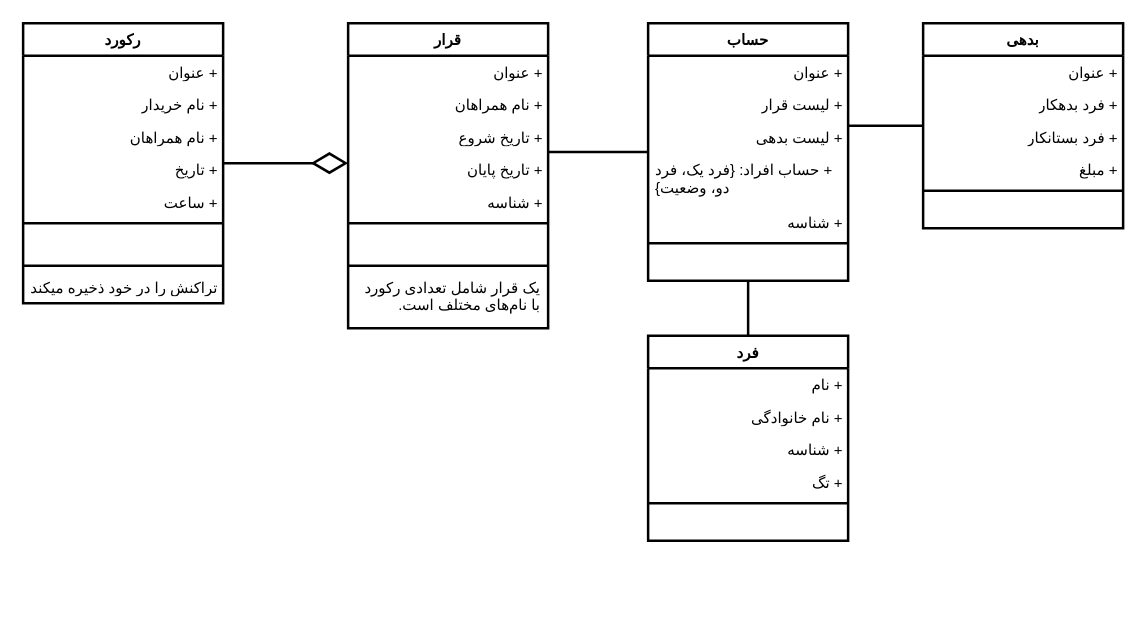
Earlier version of the draw.io diagram page "Class" (1 of 14) of UML.drawio (moharamzadeh/lets-go-dutch). Source tidied: cells renumbered, new cells numbered last; positions are measured from the earlier drawing's top-left corner, leaving out a move shared by most shapes. Both pictures are drawn from the tidied source at 125%, with x=0, y=0 at pixel (22, 22).
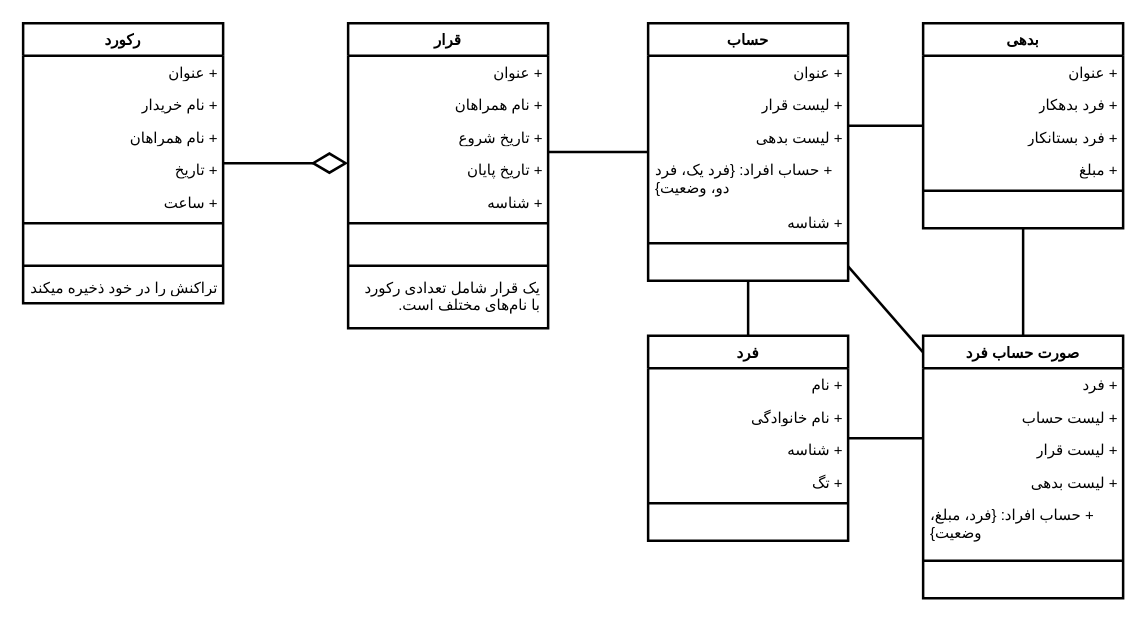
Above is the later version.

Commit message:
Update Class: Sorat hesab fard

Unchanged cells that the change refers to:
```xml
<mxCell id="23" value="فرد" style="swimlane;fontStyle=1;align=center;verticalAlign=top;horizontal=1;startSize=26;fontFamily=Vazirmatn;whiteSpace=wrap;html=1;textDirection=rtl;strokeWidth=2;" parent="1" vertex="1">
  <mxGeometry x="500" y="250" width="160" height="164" as="geometry" />
</mxCell>
<mxCell id="30" value="حساب" style="swimlane;fontStyle=1;align=center;verticalAlign=top;horizontal=1;startSize=26;fontFamily=Vazirmatn;whiteSpace=wrap;html=1;textDirection=rtl;strokeWidth=2;" parent="1" vertex="1">
  <mxGeometry x="500" width="160" height="206" as="geometry" />
</mxCell>
<mxCell id="40" value="بدهی" style="swimlane;fontStyle=1;align=center;verticalAlign=top;horizontal=1;startSize=26;fontFamily=Vazirmatn;whiteSpace=wrap;html=1;textDirection=rtl;strokeWidth=2;" parent="1" vertex="1">
  <mxGeometry x="720" width="160" height="164" as="geometry" />
</mxCell>
```

The edit, as a diff of the source:
```diff
@@
+    <mxCell id="48" value="صورت حساب فرد" style="swimlane;fontStyle=1;align=center;verticalAlign=top;horizontal=1;startSize=26;fontFamily=Vazirmatn;whiteSpace=wrap;html=1;textDirection=rtl;strokeWidth=2;" parent="1" vertex="1">
+      <mxGeometry x="720" y="250" width="160" height="210" as="geometry" />
+    </mxCell>
+    <mxCell id="49" value="+ فرد" style="text;strokeColor=none;fillColor=none;align=left;verticalAlign=top;spacingLeft=4;spacingRight=4;overflow=hidden;fontFamily=Vazirmatn;whiteSpace=wrap;html=1;textDirection=rtl;strokeWidth=2;" parent="48" vertex="1">
+      <mxGeometry y="26" width="160" height="26" as="geometry" />
+    </mxCell>
+    <mxCell id="50" value="+ لیست حساب" style="text;strokeColor=none;fillColor=none;align=left;verticalAlign=top;spacingLeft=4;spacingRight=4;overflow=hidden;fontFamily=Vazirmatn;whiteSpace=wrap;html=1;textDirection=rtl;strokeWidth=2;" parent="48" vertex="1">
+      <mxGeometry y="52" width="160" height="26" as="geometry" />
+    </mxCell>
+    <mxCell id="51" value="+ لیست قرار" style="text;strokeColor=none;fillColor=none;align=left;verticalAlign=top;spacingLeft=4;spacingRight=4;overflow=hidden;fontFamily=Vazirmatn;whiteSpace=wrap;html=1;textDirection=rtl;strokeWidth=2;" parent="48" vertex="1">
+      <mxGeometry y="78" width="160" height="26" as="geometry" />
+    </mxCell>
+    <mxCell id="52" value="+ لیست بدهی" style="text;strokeColor=none;fillColor=none;align=left;verticalAlign=top;spacingLeft=4;spacingRight=4;overflow=hidden;fontFamily=Vazirmatn;whiteSpace=wrap;html=1;textDirection=rtl;strokeWidth=2;" parent="48" vertex="1">
+      <mxGeometry y="104" width="160" height="26" as="geometry" />
+    </mxCell>
+    <mxCell id="53" value="+ حساب افراد: {فرد، مبلغ، وضعیت}" style="text;strokeColor=none;fillColor=none;align=left;verticalAlign=top;spacingLeft=4;spacingRight=4;overflow=hidden;fontFamily=Vazirmatn;whiteSpace=wrap;html=1;textDirection=rtl;strokeWidth=2;" parent="48" vertex="1">
+      <mxGeometry y="130" width="160" height="46" as="geometry" />
+    </mxCell>
+    <mxCell id="54" style="line;strokeWidth=2;fillColor=none;align=left;verticalAlign=middle;spacingTop=-1;spacingLeft=3;spacingRight=3;labelPosition=right;fontFamily=Vazirmatn;whiteSpace=wrap;html=1;textDirection=rtl;" parent="48" vertex="1">
+      <mxGeometry y="176" width="160" height="8" as="geometry" />
+    </mxCell>
+    <mxCell id="55" value=" " style="text;strokeColor=none;fillColor=none;align=left;verticalAlign=top;spacingLeft=4;spacingRight=4;overflow=hidden;fontFamily=Vazirmatn;whiteSpace=wrap;html=1;textDirection=rtl;strokeWidth=2;" parent="48" vertex="1">
+      <mxGeometry y="184" width="160" height="26" as="geometry" />
+    </mxCell>
+    <mxCell id="56" style="endArrow=none;endFill=0;endSize=24;html=1;rounded=0;fontFamily=Vazirmatn;edgeStyle=elbowEdgeStyle;elbow=vertical;strokeWidth=2;" parent="1" edge="1" source="23" target="48">
+      <mxGeometry relative="1" as="geometry" />
+    </mxCell>
+    <mxCell id="57" style="endArrow=none;endFill=0;endSize=24;html=1;rounded=0;fontFamily=Vazirmatn;edgeStyle=elbowEdgeStyle;elbow=vertical;strokeWidth=2;" parent="1" edge="1" source="40" target="48">
+      <mxGeometry relative="1" as="geometry" />
+    </mxCell>
+    <mxCell id="58" style="endArrow=none;endFill=0;endSize=24;html=1;rounded=0;fontFamily=Vazirmatn;strokeWidth=2;" parent="1" edge="1" source="30" target="48">
+      <mxGeometry relative="1" as="geometry" />
+    </mxCell>
```
